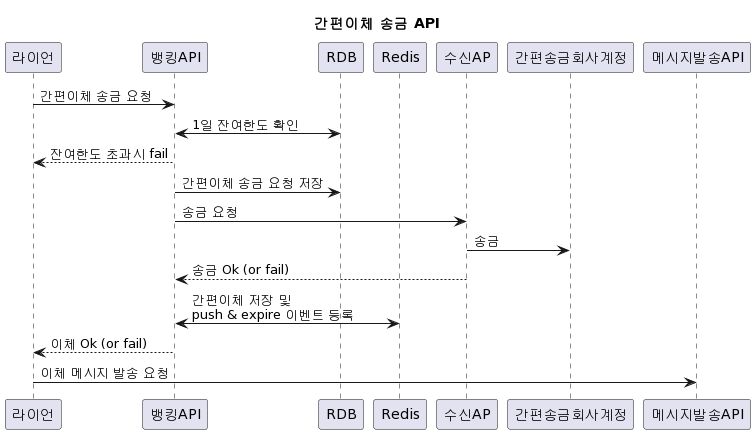
Above: img/간편이체 송금.png in darknisfire/assignment (PlantUML), before the change.
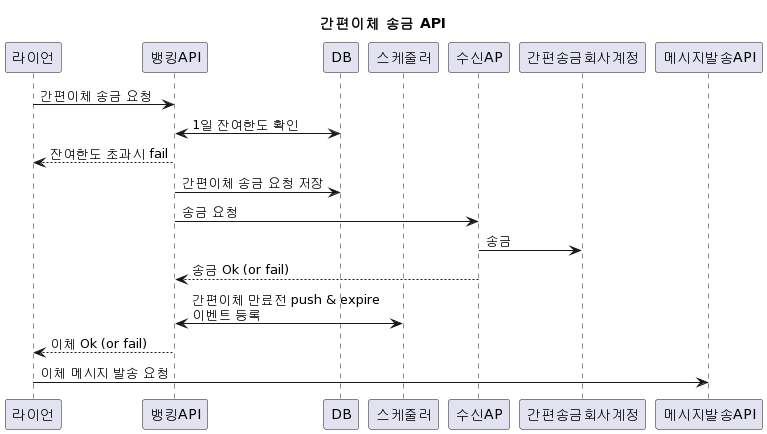
Above is the later version.

Commit message:
Update 간편이체 송금.png

[API Sequence Diagram]
-> Redis --> 만료 125분 전 푸시알림, 자동취소 스케줄러로 변경

Diff of the diagram source:
```diff
@@ -2,20 +2,20 @@
 title 간편이체 송금 API
 participant 라이언 order 0
 participant 뱅킹API order 1
-participant RDB order 2
-participant Redis order 3
+participant DB order 2
+participant 스케줄러 order 3
 participant 수신AP order 4
 participant 간편송금회사계정 order 5
 participant 메시지발송API order 6
 
 라이언 -> 뱅킹API : 간편이체 송금 요청
-뱅킹API <-> RDB : 1일 잔여한도 확인
+뱅킹API <-> DB : 1일 잔여한도 확인
 뱅킹API --> 라이언 : 잔여한도 초과시 fail
-뱅킹API -> RDB : 간편이체 송금 요청 저장
+뱅킹API -> DB : 간편이체 송금 요청 저장
 뱅킹API -> 수신AP: 송금 요청
 수신AP -> 간편송금회사계정 : 송금
 수신AP --> 뱅킹API : 송금 Ok (or fail)
-뱅킹API <-> Redis : 간편이체 저장 및 \npush & expire 이벤트 등록
+뱅킹API <-> 스케줄러 : 간편이체 만료전 push & expire\n이벤트 등록
 뱅킹API --> 라이언 : 이체 Ok (or fail)
 라이언 -> 메시지발송API : 이체 메시지 발송 요청
 @enduml
```
